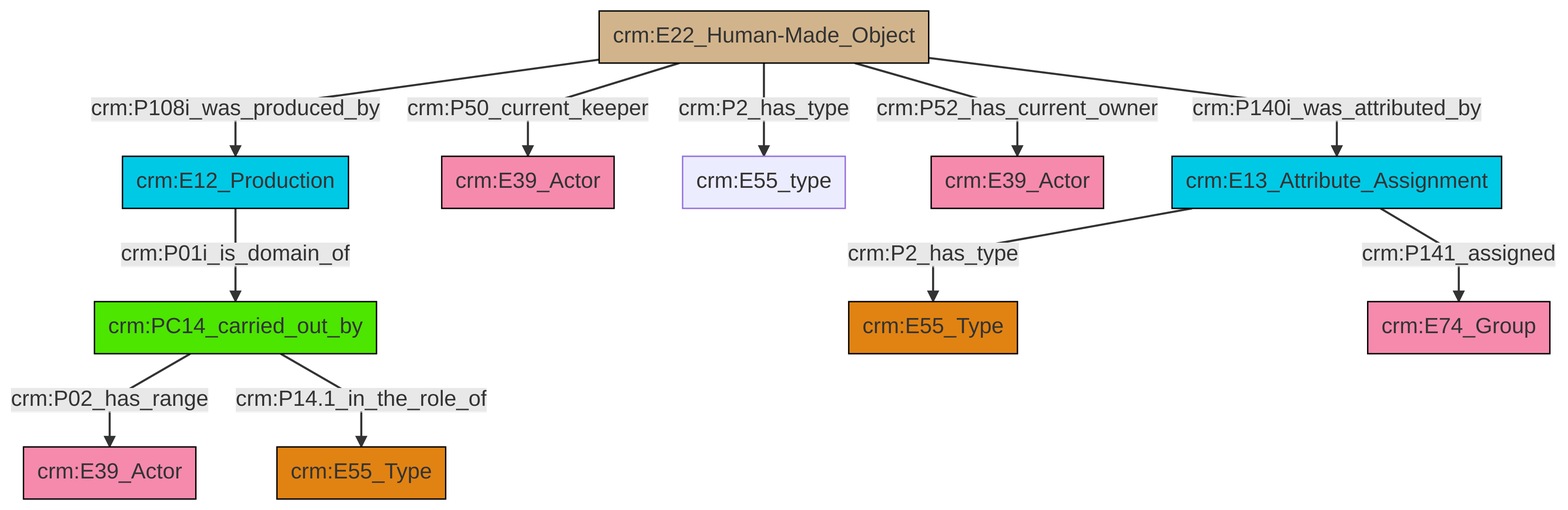
swiss-art-research-net/reference-data-models keeps this Mermaid diagram as et/artworkCSV/ttl/mmd/png/Artwork_Actor_Relations.png. Above is the earlier version. Its source is kept beside it as et/artworkCSV/ttl/mmd/Artwork_Actor_Relations.ttl.mmd.
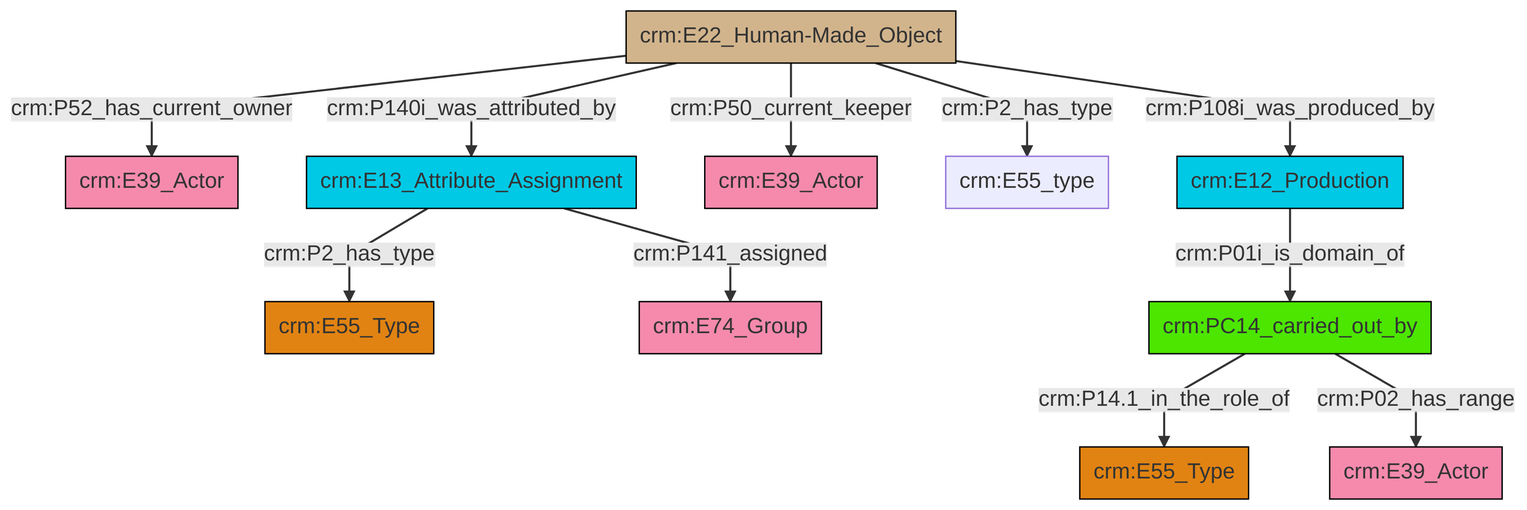
The same diagram one commit later.

What changed in the source:
```diff
@@ -13,13 +13,13 @@
 classDef PC_Classes fill:#4ce600, stroke:#000000;
 classDef Multi fill:#cccccc,stroke:#000000;
 
-0["crm:E22_Human-Made_Object"]:::Physical_Thing -->|crm:P108i_was_produced_by| 1["crm:E12_Production"]:::Temporal_Entity
+0["crm:E22_Human-Made_Object"]:::Physical_Thing -->|crm:P52_has_current_owner| 1["crm:E39_Actor"]:::Actor
+2["crm:E13_Attribute_Assignment"]:::Temporal_Entity -->|crm:P2_has_type| 6["crm:E55_Type"]:::Type
+0["crm:E22_Human-Made_Object"]:::Physical_Thing -->|crm:P2_has_type| 10["crm:E55_type"]:::Default
 0["crm:E22_Human-Made_Object"]:::Physical_Thing -->|crm:P50_current_keeper| 4["crm:E39_Actor"]:::Actor
-9["crm:E13_Attribute_Assignment"]:::Temporal_Entity -->|crm:P2_has_type| 10["crm:E55_Type"]:::Type
-0["crm:E22_Human-Made_Object"]:::Physical_Thing -->|crm:P2_has_type| 16["crm:E55_type"]:::Default
-9["crm:E13_Attribute_Assignment"]:::Temporal_Entity -->|crm:P141_assigned| 18["crm:E74_Group"]:::Actor
-11["crm:PC14_carried_out_by"]:::PC_Classes -->|crm:P02_has_range| 6["crm:E39_Actor"]:::Actor
-0["crm:E22_Human-Made_Object"]:::Physical_Thing -->|crm:P52_has_current_owner| 2["crm:E39_Actor"]:::Actor
-1["crm:E12_Production"]:::Temporal_Entity -->|crm:P01i_is_domain_of| 11["crm:PC14_carried_out_by"]:::PC_Classes
-11["crm:PC14_carried_out_by"]:::PC_Classes -->|crm:P14.1_in_the_role_of| 14["crm:E55_Type"]:::Type
-0["crm:E22_Human-Made_Object"]:::Physical_Thing -->|crm:P140i_was_attributed_by| 9["crm:E13_Attribute_Assignment"]:::Temporal_Entity
+13["crm:PC14_carried_out_by"]:::PC_Classes -->|crm:P14.1_in_the_role_of| 15["crm:E55_Type"]:::Type
+0["crm:E22_Human-Made_Object"]:::Physical_Thing -->|crm:P140i_was_attributed_by| 2["crm:E13_Attribute_Assignment"]:::Temporal_Entity
+11["crm:E12_Production"]:::Temporal_Entity -->|crm:P01i_is_domain_of| 13["crm:PC14_carried_out_by"]:::PC_Classes
+13["crm:PC14_carried_out_by"]:::PC_Classes -->|crm:P02_has_range| 18["crm:E39_Actor"]:::Actor
+0["crm:E22_Human-Made_Object"]:::Physical_Thing -->|crm:P108i_was_produced_by| 11["crm:E12_Production"]:::Temporal_Entity
+2["crm:E13_Attribute_Assignment"]:::Temporal_Entity -->|crm:P141_assigned| 7["crm:E74_Group"]:::Actor
```
